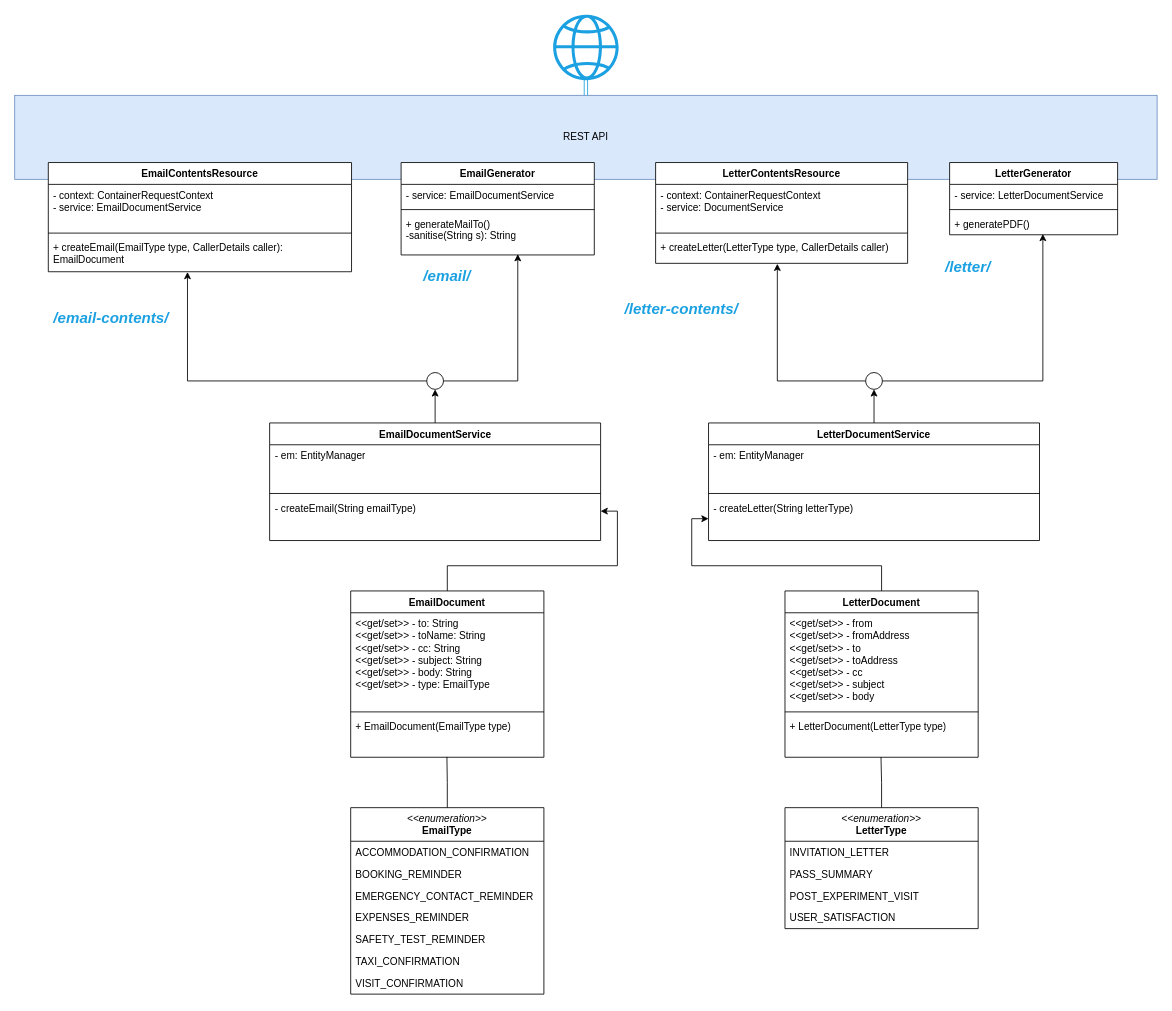
Earlier version of the draw.io diagram Document generation class diagram.drawio (ambolt314/FinalProjectDesign). Source tidied: cells renumbered, new cells numbered last; positions are measured from the earlier drawing's top-left corner, leaving out a move shared by most shapes. Both pictures are drawn from the tidied source at 84%, with x=0, y=0 at pixel (14, 14).
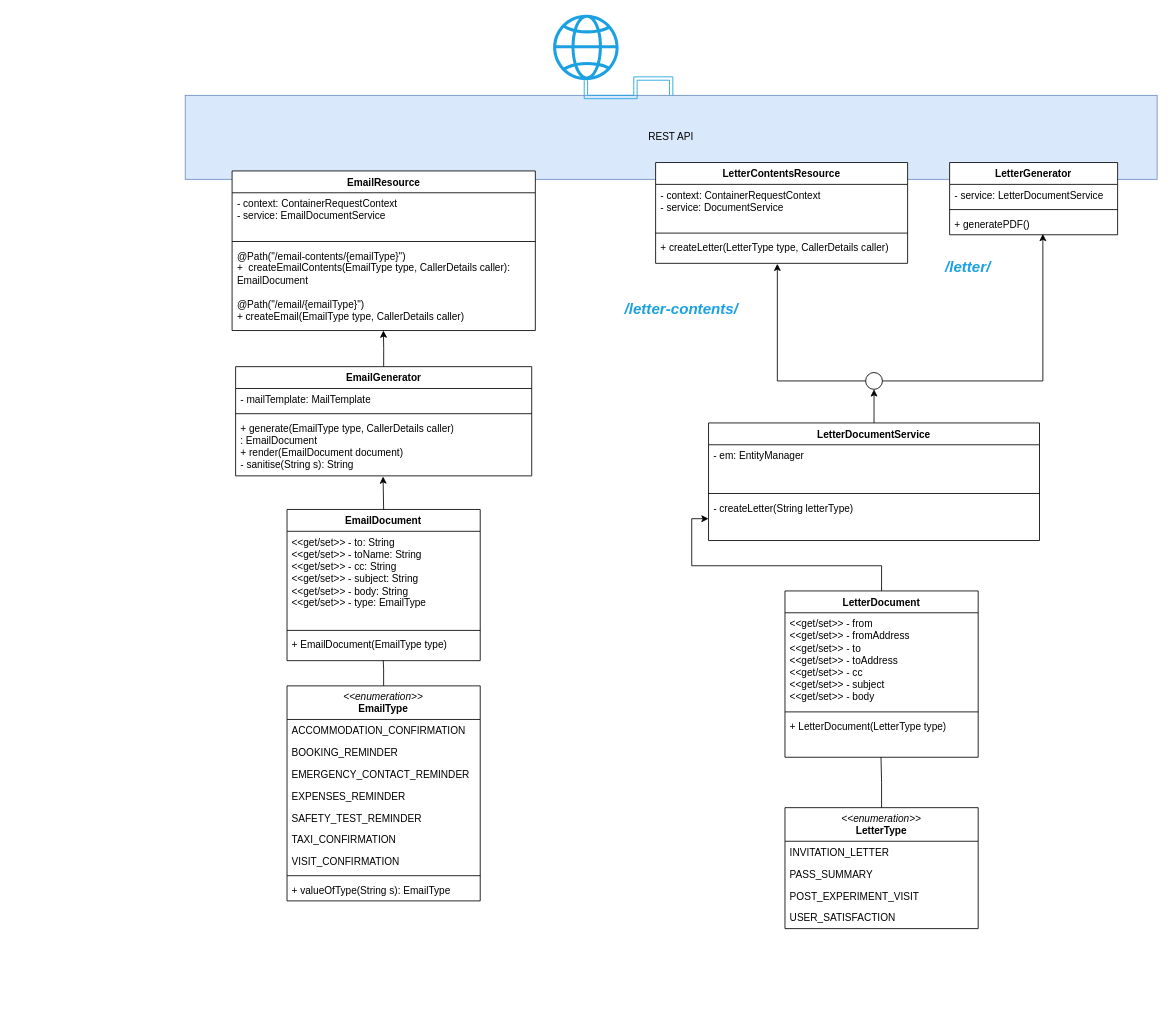
After the change.

Commit message:
Simplified email diagram

Change to the diagram source:
```diff
@@
     <mxCell id="2" value="REST API" style="html=1;whiteSpace=wrap;fillColor=#dae8fc;strokeColor=#6c8ebf;" parent="1" vertex="1">
-      <mxGeometry y="96" width="1360" height="100" as="geometry" />
+      <mxGeometry x="203" y="96" width="1157" height="100" as="geometry" />
     </mxCell>
-    <mxCell id="3" value="EmailContentsResource" style="swimlane;fontStyle=1;align=center;verticalAlign=top;horizontal=1;startSize=26;whiteSpace=wrap;html=1;" parent="1" vertex="1">
-      <mxGeometry x="40" y="176" width="361" height="130" as="geometry" />
+    <mxCell id="3" value="EmailResource" style="swimlane;fontStyle=1;align=center;verticalAlign=top;horizontal=1;startSize=26;whiteSpace=wrap;html=1;" parent="1" vertex="1">
+      <mxGeometry x="258.8" y="186" width="361" height="190" as="geometry" />
     </mxCell>
@@
-    <mxCell id="6" value="+ createEmail(EmailType type, CallerDetails caller): EmailDocument" style="text;strokeColor=none;fillColor=none;align=left;verticalAlign=top;spacingLeft=4;spacingRight=4;overflow=hidden;points=[[0,0.5],[1,0.5]];portConstraint=eastwest;whiteSpace=wrap;html=1;" parent="3" vertex="1">
-      <mxGeometry y="88" width="361" height="42" as="geometry" />
+    <mxCell id="6" value="&lt;div&gt;@Path(&quot;/email-contents/{emailType}&quot;)&lt;/div&gt;&lt;div&gt;+&amp;nbsp; createEmailContents(EmailType type, CallerDetails caller): EmailDocument&lt;/div&gt;&lt;div&gt;&lt;br&gt;&lt;/div&gt;&lt;div&gt;@Path(&quot;/email/{emailType}&quot;)&lt;/div&gt;&lt;div&gt;+ createEmail(EmailType type, CallerDetails caller)&lt;br&gt;&lt;/div&gt;" style="text;strokeColor=none;fillColor=none;align=left;verticalAlign=top;spacingLeft=4;spacingRight=4;overflow=hidden;points=[[0,0.5],[1,0.5]];portConstraint=eastwest;whiteSpace=wrap;html=1;" parent="3" vertex="1">
+      <mxGeometry y="88" width="361" height="102" as="geometry" />
     </mxCell>
-    <mxCell id="7" style="edgeStyle=orthogonalEdgeStyle;rounded=0;jettySize=auto;html=1;entryX=0.604;entryY=0.98;entryDx=0;entryDy=0;entryPerimeter=0;exitX=1;exitY=0.5;exitDx=0;exitDy=0;" parent="1" edge="1" source="44" target="49">
-      <mxGeometry relative="1" as="geometry" />
-    </mxCell>
@@
     <mxCell id="13" value="EmailDocument" style="swimlane;fontStyle=1;align=center;verticalAlign=top;horizontal=1;startSize=26;whiteSpace=wrap;html=1;" parent="1" vertex="1">
-      <mxGeometry x="400" y="686" width="230" height="198" as="geometry" />
+      <mxGeometry x="324.2" y="589" width="230" height="180" as="geometry" />
     </mxCell>
@@
     <mxCell id="16" value="+ EmailDocument(EmailType type)" style="text;strokeColor=none;fillColor=none;align=left;verticalAlign=top;spacingLeft=4;spacingRight=4;overflow=hidden;points=[[0,0.5],[1,0.5]];portConstraint=eastwest;whiteSpace=wrap;html=1;" parent="13" vertex="1">
-      <mxGeometry y="148" width="230" height="50" as="geometry" />
+      <mxGeometry y="148" width="230" height="32" as="geometry" />
     </mxCell>
-    <mxCell id="17" style="edgeStyle=orthogonalEdgeStyle;rounded=0;jettySize=auto;html=1;entryX=1;entryY=0.75;entryDx=0;entryDy=0;exitX=0.5;exitY=0;exitDx=0;exitDy=0;" parent="1" edge="1" source="13" target="55">
+    <mxCell id="17" style="edgeStyle=orthogonalEdgeStyle;rounded=0;jettySize=auto;html=1;entryX=0.498;entryY=1.011;entryDx=0;entryDy=0;exitX=0.5;exitY=0;exitDx=0;exitDy=0;entryPerimeter=0;" parent="1" edge="1" source="13" target="49">
       <mxGeometry relative="1" as="geometry" />
     </mxCell>
@@
     <mxCell id="20" value="&lt;div&gt;&lt;i&gt;&amp;lt;&amp;lt;enumeration&amp;gt;&amp;gt;&lt;/i&gt;&lt;/div&gt;&lt;div&gt;&lt;b&gt;EmailType&lt;/b&gt;&lt;br&gt;&lt;/div&gt;" style="swimlane;fontStyle=0;horizontal=1;startSize=40;fillColor=none;whiteSpace=wrap;html=1;" parent="1" vertex="1">
-      <mxGeometry x="400" y="944" width="230" height="222" as="geometry" />
+      <mxGeometry x="324.2" y="799" width="230" height="256" as="geometry" />
     </mxCell>
@@
+    <mxCell id="66" style="line;strokeWidth=1;fillColor=none;align=left;verticalAlign=middle;spacingTop=-1;spacingLeft=3;spacingRight=3;labelPosition=right;strokeColor=inherit;" parent="20" vertex="1">
+      <mxGeometry y="222" width="230" height="8" as="geometry" />
+    </mxCell>
+    <mxCell id="67" value="+ valueOfType(String s): EmailType" style="text;strokeColor=none;fillColor=none;align=left;verticalAlign=top;spacingLeft=4;spacingRight=4;overflow=hidden;whiteSpace=wrap;html=1;" parent="20" vertex="1">
+      <mxGeometry y="230" width="230" height="26" as="geometry" />
+    </mxCell>
@@
-    <mxCell id="44" style="ellipse;whiteSpace=wrap;html=1;strokeColor=#000000;" parent="1" vertex="1">
-      <mxGeometry x="490.5" y="426" width="20" height="20" as="geometry" />
-    </mxCell>
-    <mxCell id="45" style="edgeStyle=orthogonalEdgeStyle;rounded=0;jettySize=auto;html=1;entryX=0.459;entryY=1.008;entryDx=0;entryDy=0;entryPerimeter=0;exitX=0;exitY=0.5;exitDx=0;exitDy=0;" parent="1" edge="1" source="44" target="6">
-      <mxGeometry relative="1" as="geometry" />
-    </mxCell>
     <mxCell id="46" value="EmailGenerator" style="swimlane;fontStyle=1;align=center;verticalAlign=top;horizontal=1;startSize=26;whiteSpace=wrap;html=1;" parent="1" vertex="1">
-      <mxGeometry x="460" y="176" width="230" height="110" as="geometry" />
+      <mxGeometry x="263" y="419" width="352.5" height="130" as="geometry" />
     </mxCell>
-    <mxCell id="47" value="- service: EmailDocumentService" style="text;strokeColor=none;fillColor=none;align=left;verticalAlign=top;spacingLeft=4;spacingRight=4;overflow=hidden;whiteSpace=wrap;html=1;" parent="46" vertex="1">
-      <mxGeometry y="26" width="230" height="26" as="geometry" />
+    <mxCell id="47" value="- mailTemplate: MailTemplate" style="text;strokeColor=none;fillColor=none;align=left;verticalAlign=top;spacingLeft=4;spacingRight=4;overflow=hidden;whiteSpace=wrap;html=1;" parent="46" vertex="1">
+      <mxGeometry y="26" width="352.5" height="26" as="geometry" />
     </mxCell>
     <mxCell id="48" style="line;strokeWidth=1;fillColor=none;align=left;verticalAlign=middle;spacingTop=-1;spacingLeft=3;spacingRight=3;labelPosition=right;strokeColor=inherit;" parent="46" vertex="1">
-      <mxGeometry y="52" width="230" height="8" as="geometry" />
+      <mxGeometry y="52" width="352.5" height="8" as="geometry" />
     </mxCell>
-    <mxCell id="49" value="&lt;div&gt;+ generateMailTo()&lt;/div&gt;&lt;div&gt;-sanitise(String s): String&lt;br&gt;&lt;/div&gt;" style="text;strokeColor=none;fillColor=none;align=left;verticalAlign=top;spacingLeft=4;spacingRight=4;overflow=hidden;points=[[0,0.5],[1,0.5]];portConstraint=eastwest;whiteSpace=wrap;html=1;" parent="46" vertex="1">
-      <mxGeometry y="60" width="230" height="50" as="geometry" />
+    <mxCell id="49" value="&lt;div&gt;+ generate(EmailType type, CallerDetails caller)&lt;br&gt;&lt;/div&gt;&lt;div&gt;: EmailDocument&lt;/div&gt;&lt;div&gt;+ render(EmailDocument document)&lt;/div&gt;&lt;div&gt;- sanitise(String s): String&lt;br&gt;&lt;/div&gt;" style="text;strokeColor=none;fillColor=none;align=left;verticalAlign=top;spacingLeft=4;spacingRight=4;overflow=hidden;points=[[0,0.5],[1,0.5]];portConstraint=eastwest;whiteSpace=wrap;html=1;" parent="46" vertex="1">
+      <mxGeometry y="60" width="352.5" height="70" as="geometry" />
     </mxCell>
@@
-    <mxCell id="54" style="edgeStyle=orthogonalEdgeStyle;rounded=0;jettySize=auto;html=1;entryX=0.5;entryY=1;entryDx=0;entryDy=0;" parent="1" edge="1" source="55" target="44">
+    <mxCell id="54" style="edgeStyle=orthogonalEdgeStyle;rounded=0;jettySize=auto;html=1;exitX=0.5;exitY=0;exitDx=0;exitDy=0;entryX=0.499;entryY=1;entryDx=0;entryDy=0;entryPerimeter=0;" parent="1" edge="1" source="46" target="6">
       <mxGeometry relative="1" as="geometry" />
     </mxCell>
-    <mxCell id="55" value="EmailDocumentService" style="swimlane;fontStyle=1;align=center;verticalAlign=top;horizontal=1;startSize=26;whiteSpace=wrap;html=1;" parent="1" vertex="1">
-      <mxGeometry x="303.5" y="486" width="394" height="140" as="geometry" />
-    </mxCell>
-    <mxCell id="56" value="&lt;div&gt;- em: EntityManager&lt;/div&gt;" style="text;strokeColor=none;fillColor=none;align=left;verticalAlign=top;spacingLeft=4;spacingRight=4;overflow=hidden;whiteSpace=wrap;html=1;" parent="55" vertex="1">
-      <mxGeometry y="26" width="394" height="54" as="geometry" />
-    </mxCell>
-    <mxCell id="57" style="line;strokeWidth=1;fillColor=none;align=left;verticalAlign=middle;spacingTop=-1;spacingLeft=3;spacingRight=3;labelPosition=right;strokeColor=inherit;" parent="55" vertex="1">
-      <mxGeometry y="80" width="394" height="8" as="geometry" />
-    </mxCell>
-    <mxCell id="58" value="&lt;div&gt;- createEmail(String emailType)&lt;/div&gt;" style="text;strokeColor=none;fillColor=none;align=left;verticalAlign=top;spacingLeft=4;spacingRight=4;overflow=hidden;whiteSpace=wrap;html=1;" parent="55" vertex="1">
-      <mxGeometry y="88" width="394" height="52" as="geometry" />
-    </mxCell>
@@
-    <mxCell id="62" value="&lt;div align=&quot;center&quot;&gt;&lt;font color=&quot;#1ba1e2&quot;&gt;&lt;i&gt;&lt;font style=&quot;font-size: 18px;&quot;&gt;&lt;b&gt;/email/&lt;/b&gt;&lt;/font&gt;&lt;/i&gt;&lt;/font&gt;&lt;/div&gt;" style="text;html=1;align=center;verticalAlign=middle;whiteSpace=wrap;rounded=0;" parent="1" vertex="1">
-      <mxGeometry x="440" y="296" width="150" height="30" as="geometry" />
-    </mxCell>
-    <mxCell id="63" value="&lt;div align=&quot;center&quot;&gt;&lt;font color=&quot;#1ba1e2&quot;&gt;&lt;i&gt;&lt;font style=&quot;font-size: 18px;&quot;&gt;&lt;b&gt;/email-contents/&lt;/b&gt;&lt;/font&gt;&lt;/i&gt;&lt;/font&gt;&lt;/div&gt;" style="text;html=1;align=center;verticalAlign=middle;whiteSpace=wrap;rounded=0;" parent="1" vertex="1">
-      <mxGeometry x="40" y="346" width="150" height="30" as="geometry" />
-    </mxCell>
```
